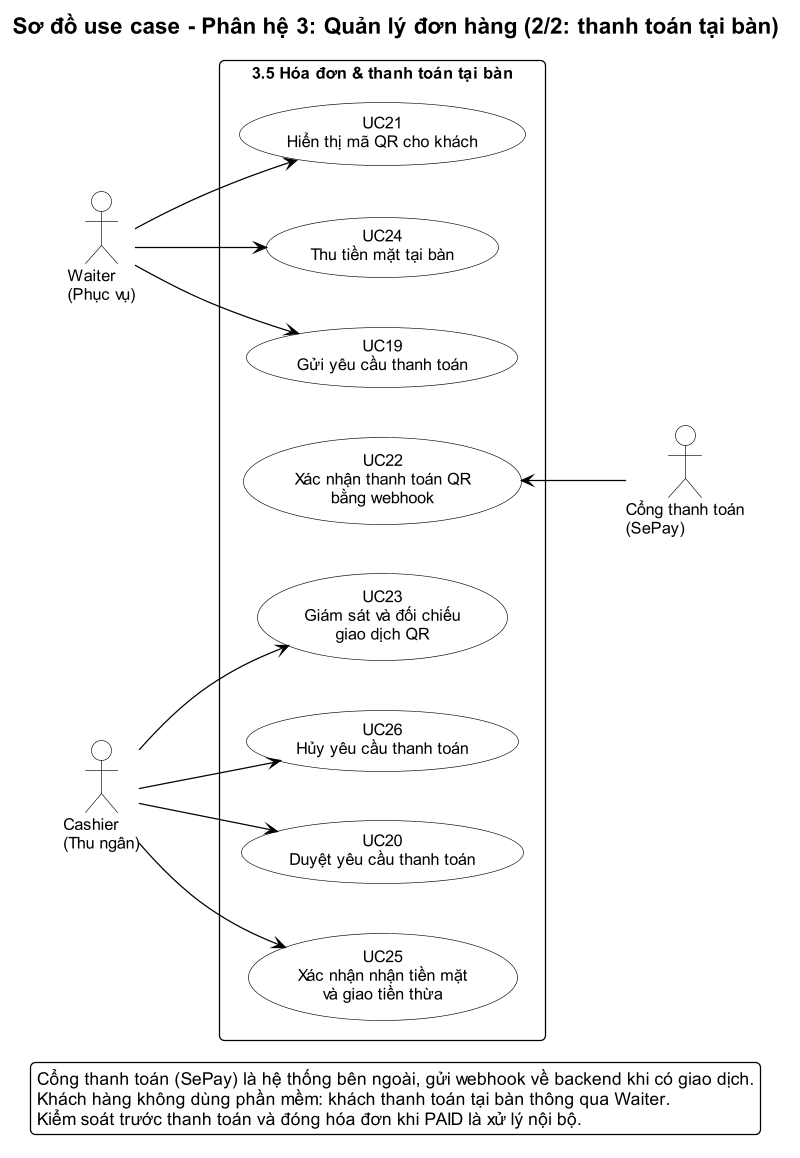
Before: docs/03-quan-ly-don-hang/usecase-2-thanh-toan.png, a diagram exported from PlantUML (Anpham120/restaurant-management-system). Its diagram source:
```plantuml
@startuml
!include ../_style.puml
left to right direction
skinparam nodesep 40
skinparam ranksep 80
title Sơ đồ use case - Phân hệ 3: Quản lý đơn hàng (2/2: thanh toán tại bàn)

actor "Waiter\n(Phục vụ)" as Waiter
actor "Cashier\n(Thu ngân)" as Cashier
actor "Cổng thanh toán\n(SePay)" as Pay

rectangle "3.5 Hóa đơn & thanh toán tại bàn" {
  usecase "UC19\nGửi yêu cầu thanh toán" as UC19
  usecase "UC20\nDuyệt yêu cầu thanh toán" as UC20
  usecase "UC21\nHiển thị mã QR cho khách" as UC21
  usecase "UC22\nXác nhận thanh toán QR\nbằng webhook" as UC22
  usecase "UC23\nGiám sát và đối chiếu\ngiao dịch QR" as UC23
  usecase "UC24\nThu tiền mặt tại bàn" as UC24
  usecase "UC25\nXác nhận nhận tiền mặt\nvà giao tiền thừa" as UC25
  usecase "UC26\nHủy yêu cầu thanh toán" as UC26
}

Waiter --> UC19
Waiter --> UC21
Waiter --> UC24

Cashier --> UC20
Cashier --> UC23
Cashier --> UC25
Cashier --> UC26

UC22 <-- Pay

legend bottom
  Cổng thanh toán (SePay) là hệ thống bên ngoài, gửi webhook về backend khi có giao dịch.
  Khách hàng không dùng phần mềm: khách thanh toán tại bàn thông qua Waiter.
  Kiểm soát trước thanh toán và đóng hóa đơn khi PAID là xử lý nội bộ.
endlegend
@enduml
```
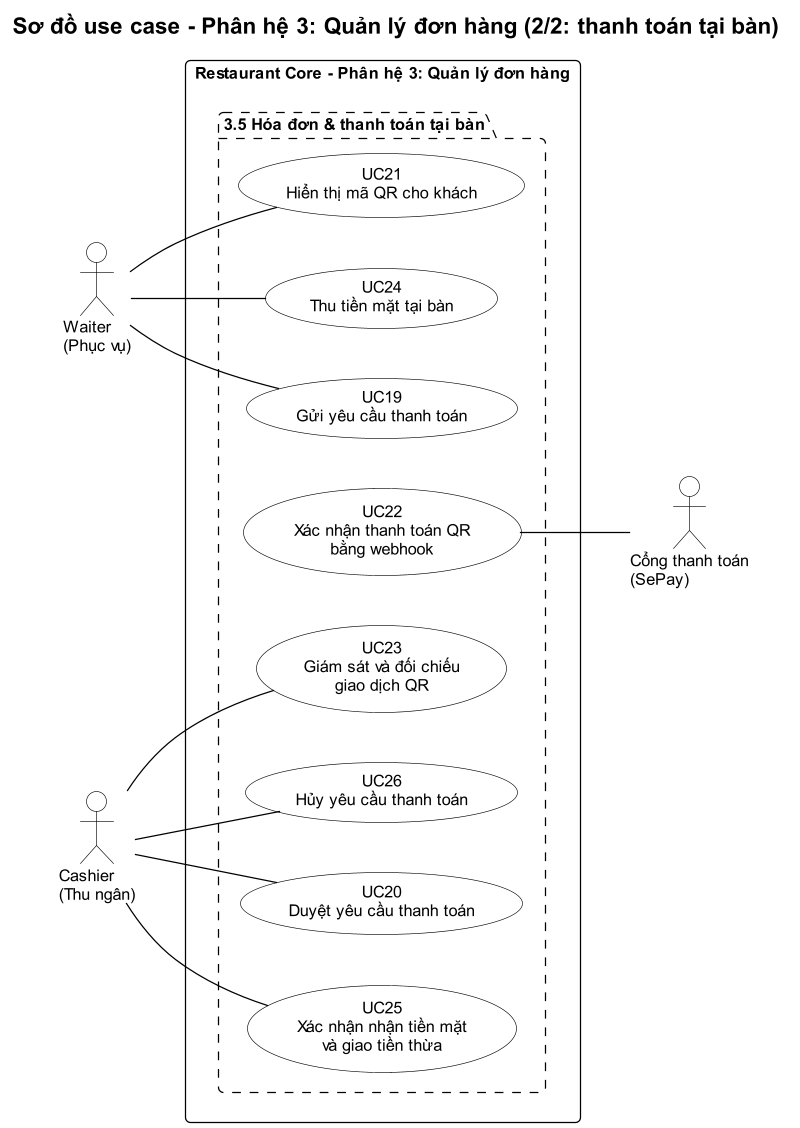
The same file after the commit.

Diff of the diagram source:
```diff
@@ -9,31 +9,27 @@
 actor "Cashier\n(Thu ngân)" as Cashier
 actor "Cổng thanh toán\n(SePay)" as Pay
 
-rectangle "3.5 Hóa đơn & thanh toán tại bàn" {
-  usecase "UC19\nGửi yêu cầu thanh toán" as UC19
-  usecase "UC20\nDuyệt yêu cầu thanh toán" as UC20
-  usecase "UC21\nHiển thị mã QR cho khách" as UC21
-  usecase "UC22\nXác nhận thanh toán QR\nbằng webhook" as UC22
-  usecase "UC23\nGiám sát và đối chiếu\ngiao dịch QR" as UC23
-  usecase "UC24\nThu tiền mặt tại bàn" as UC24
-  usecase "UC25\nXác nhận nhận tiền mặt\nvà giao tiền thừa" as UC25
-  usecase "UC26\nHủy yêu cầu thanh toán" as UC26
+rectangle "Restaurant Core - Phân hệ 3: Quản lý đơn hàng" {
+  package "3.5 Hóa đơn & thanh toán tại bàn" #FFFFFF;line.dashed {
+    usecase "UC19\nGửi yêu cầu thanh toán" as UC19
+    usecase "UC20\nDuyệt yêu cầu thanh toán" as UC20
+    usecase "UC21\nHiển thị mã QR cho khách" as UC21
+    usecase "UC22\nXác nhận thanh toán QR\nbằng webhook" as UC22
+    usecase "UC23\nGiám sát và đối chiếu\ngiao dịch QR" as UC23
+    usecase "UC24\nThu tiền mặt tại bàn" as UC24
+    usecase "UC25\nXác nhận nhận tiền mặt\nvà giao tiền thừa" as UC25
+    usecase "UC26\nHủy yêu cầu thanh toán" as UC26
+  }
 }
 
-Waiter --> UC19
-Waiter --> UC21
-Waiter --> UC24
+Waiter -- UC19
+Waiter -- UC21
+Waiter -- UC24
 
-Cashier --> UC20
-Cashier --> UC23
-Cashier --> UC25
-Cashier --> UC26
+Cashier -- UC20
+Cashier -- UC23
+Cashier -- UC25
+Cashier -- UC26
 
-UC22 <-- Pay
-
-legend bottom
-  Cổng thanh toán (SePay) là hệ thống bên ngoài, gửi webhook về backend khi có giao dịch.
-  Khách hàng không dùng phần mềm: khách thanh toán tại bàn thông qua Waiter.
-  Kiểm soát trước thanh toán và đóng hóa đơn khi PAID là xử lý nội bộ.
-endlegend
+UC22 -- Pay
 @enduml
```
